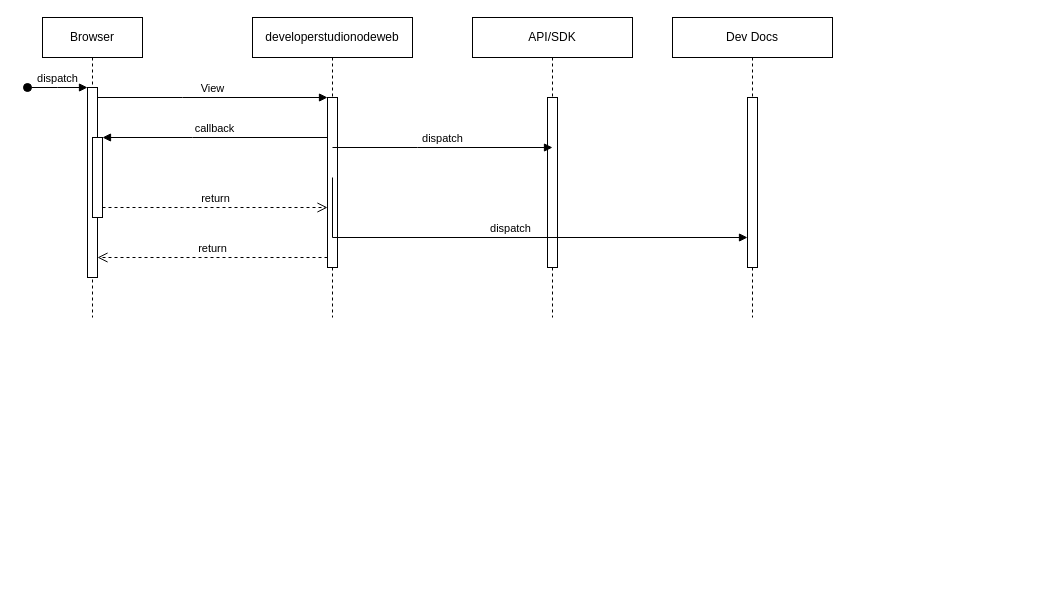
The draw.io diagram Untitled Diagram.drawio in mlgbjbnnb/doc-portal, before the edit. Source tidied: cells renumbered, new cells numbered last; positions are measured from the earlier drawing's top-left corner, leaving out a move shared by most shapes. Both pictures are drawn from the tidied source at 100%, with x=0, y=0 at pixel (27, 17).
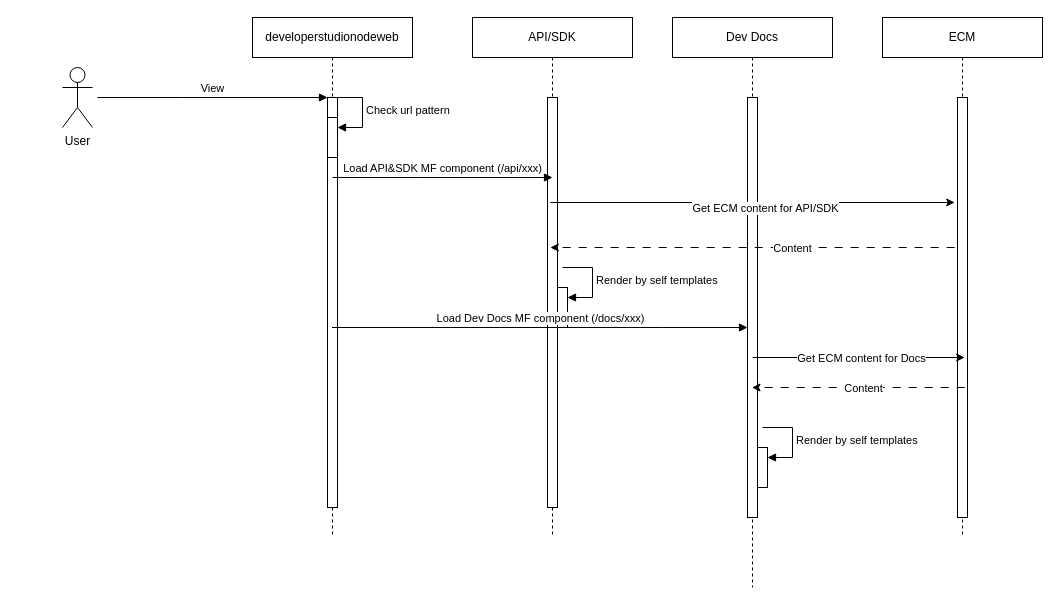
Above is the later version.

What changed in the source:
```diff
@@
-    <mxCell id="2" value="Browser" style="shape=umlLifeline;perimeter=lifelinePerimeter;whiteSpace=wrap;html=1;newEdgeStyle={&quot;edgeStyle&quot;:&quot;elbowEdgeStyle&quot;,&quot;elbow&quot;:&quot;vertical&quot;,&quot;curved&quot;:0,&quot;rounded&quot;:0};" parent="1" vertex="1">
-      <mxGeometry x="15" width="100" height="300" as="geometry" />
-    </mxCell>
-    <mxCell id="3" style="html=1;points=[];perimeter=orthogonalPerimeter;outlineConnect=0;targetShapes=umlLifeline;portConstraint=eastwest;newEdgeStyle={&quot;edgeStyle&quot;:&quot;elbowEdgeStyle&quot;,&quot;elbow&quot;:&quot;vertical&quot;,&quot;curved&quot;:0,&quot;rounded&quot;:0};" parent="2" vertex="1">
-      <mxGeometry x="45" y="70" width="10" height="190" as="geometry" />
-    </mxCell>
-    <mxCell id="4" value="dispatch" style="html=1;verticalAlign=bottom;startArrow=oval;endArrow=block;startSize=8;edgeStyle=elbowEdgeStyle;elbow=vertical;curved=0;rounded=0;" parent="2" edge="1" target="3">
-      <mxGeometry relative="1" as="geometry">
-        <mxPoint x="-15" y="70" as="sourcePoint" />
-      </mxGeometry>
-    </mxCell>
-    <mxCell id="5" style="html=1;points=[];perimeter=orthogonalPerimeter;outlineConnect=0;targetShapes=umlLifeline;portConstraint=eastwest;newEdgeStyle={&quot;edgeStyle&quot;:&quot;elbowEdgeStyle&quot;,&quot;elbow&quot;:&quot;vertical&quot;,&quot;curved&quot;:0,&quot;rounded&quot;:0};" parent="2" vertex="1">
-      <mxGeometry x="50" y="120" width="10" height="80" as="geometry" />
-    </mxCell>
     <mxCell id="6" value="developerstudionodeweb" style="shape=umlLifeline;perimeter=lifelinePerimeter;whiteSpace=wrap;html=1;newEdgeStyle={&quot;edgeStyle&quot;:&quot;elbowEdgeStyle&quot;,&quot;elbow&quot;:&quot;vertical&quot;,&quot;curved&quot;:0,&quot;rounded&quot;:0};" parent="1" vertex="1">
-      <mxGeometry x="225" width="160" height="300" as="geometry" />
+      <mxGeometry x="225" width="160" height="520" as="geometry" />
     </mxCell>
     <mxCell id="7" style="html=1;points=[];perimeter=orthogonalPerimeter;outlineConnect=0;targetShapes=umlLifeline;portConstraint=eastwest;newEdgeStyle={&quot;edgeStyle&quot;:&quot;elbowEdgeStyle&quot;,&quot;elbow&quot;:&quot;vertical&quot;,&quot;curved&quot;:0,&quot;rounded&quot;:0};" parent="6" vertex="1">
-      <mxGeometry x="75" y="80" width="10" height="170" as="geometry" />
+      <mxGeometry x="75" y="80" width="10" height="410" as="geometry" />
     </mxCell>
+    <mxCell id="18" style="html=1;points=[[0,0,0,0,5],[0,1,0,0,-5],[1,0,0,0,5],[1,1,0,0,-5]];perimeter=orthogonalPerimeter;outlineConnect=0;targetShapes=umlLifeline;portConstraint=eastwest;newEdgeStyle={&quot;curved&quot;:0,&quot;rounded&quot;:0};" parent="6" vertex="1">
+      <mxGeometry x="75" y="100" width="10" height="40" as="geometry" />
+    </mxCell>
+    <mxCell id="19" value="Check url pattern" style="html=1;align=left;spacingLeft=2;endArrow=block;rounded=0;edgeStyle=orthogonalEdgeStyle;curved=0;rounded=0;" parent="6" edge="1" target="18">
+      <mxGeometry relative="1" as="geometry">
+        <mxPoint x="80" y="80" as="sourcePoint" />
+        <Array as="points">
+          <mxPoint x="110" y="110" />
+        </Array>
+      </mxGeometry>
+    </mxCell>
-    <mxCell id="8" value="View" style="html=1;verticalAlign=bottom;endArrow=block;edgeStyle=elbowEdgeStyle;elbow=vertical;curved=0;rounded=0;" parent="1" edge="1" source="3" target="7">
+    <mxCell id="8" value="View" style="html=1;verticalAlign=bottom;endArrow=block;edgeStyle=elbowEdgeStyle;elbow=vertical;curved=0;rounded=0;" parent="1" edge="1" target="7">
       <mxGeometry relative="1" as="geometry">
+        <mxPoint x="70" y="80" as="sourcePoint" />
         <Array as="points">
           <mxPoint x="155" y="80" />
         </Array>
       </mxGeometry>
     </mxCell>
-    <mxCell id="9" value="return" style="html=1;verticalAlign=bottom;endArrow=open;dashed=1;endSize=8;edgeStyle=elbowEdgeStyle;elbow=vertical;curved=0;rounded=0;" parent="1" edge="1" source="7" target="3">
-      <mxGeometry relative="1" as="geometry">
-        <Array as="points">
-          <mxPoint x="165" y="240" />
-        </Array>
-      </mxGeometry>
-    </mxCell>
-    <mxCell id="10" value="callback" style="html=1;verticalAlign=bottom;endArrow=block;edgeStyle=elbowEdgeStyle;elbow=vertical;curved=0;rounded=0;" parent="1" edge="1" source="7" target="5">
-      <mxGeometry relative="1" as="geometry">
-        <Array as="points">
-          <mxPoint x="165" y="120" />
-        </Array>
-      </mxGeometry>
-    </mxCell>
-    <mxCell id="11" value="return" style="html=1;verticalAlign=bottom;endArrow=open;dashed=1;endSize=8;edgeStyle=elbowEdgeStyle;elbow=vertical;curved=0;rounded=0;" parent="1" edge="1" source="5" target="7">
-      <mxGeometry relative="1" as="geometry">
-        <Array as="points">
-          <mxPoint x="155" y="190" />
-        </Array>
-      </mxGeometry>
-    </mxCell>
     <mxCell id="12" value="API/SDK" style="shape=umlLifeline;perimeter=lifelinePerimeter;whiteSpace=wrap;html=1;newEdgeStyle={&quot;edgeStyle&quot;:&quot;elbowEdgeStyle&quot;,&quot;elbow&quot;:&quot;vertical&quot;,&quot;curved&quot;:0,&quot;rounded&quot;:0};" parent="1" vertex="1">
-      <mxGeometry x="445" width="160" height="300" as="geometry" />
+      <mxGeometry x="445" width="160" height="520" as="geometry" />
     </mxCell>
     <mxCell id="13" style="html=1;perimeter=orthogonalPerimeter;targetShapes=umlLifeline;newEdgeStyle={&quot;edgeStyle&quot;:&quot;elbowEdgeStyle&quot;,&quot;elbow&quot;:&quot;vertical&quot;,&quot;curved&quot;:0,&quot;rounded&quot;:0};" parent="12" vertex="1">
-      <mxGeometry x="75" y="80" width="10" height="170" as="geometry" />
+      <mxGeometry x="75" y="80" width="10" height="410" as="geometry" />
     </mxCell>
+    <mxCell id="20" style="html=1;points=[[0,0,0,0,5],[0,1,0,0,-5],[1,0,0,0,5],[1,1,0,0,-5]];perimeter=orthogonalPerimeter;outlineConnect=0;targetShapes=umlLifeline;portConstraint=eastwest;newEdgeStyle={&quot;curved&quot;:0,&quot;rounded&quot;:0};" parent="12" vertex="1">
+      <mxGeometry x="85" y="270" width="10" height="40" as="geometry" />
+    </mxCell>
+    <mxCell id="21" value="Render by self templates" style="html=1;align=left;spacingLeft=2;endArrow=block;rounded=0;edgeStyle=orthogonalEdgeStyle;curved=0;rounded=0;" parent="12" edge="1" target="20">
+      <mxGeometry relative="1" as="geometry">
+        <mxPoint x="90" y="250" as="sourcePoint" />
+        <Array as="points">
+          <mxPoint x="120" y="280" />
+        </Array>
+      </mxGeometry>
+    </mxCell>
     <mxCell id="14" value="Dev Docs" style="shape=umlLifeline;perimeter=lifelinePerimeter;whiteSpace=wrap;html=1;outlineConnect=0;portConstraint=eastwest;newEdgeStyle={&quot;edgeStyle&quot;:&quot;elbowEdgeStyle&quot;,&quot;elbow&quot;:&quot;vertical&quot;,&quot;curved&quot;:0,&quot;rounded&quot;:0};" parent="1" vertex="1">
-      <mxGeometry x="645" width="160" height="300" as="geometry" />
+      <mxGeometry x="645" width="160" height="570" as="geometry" />
     </mxCell>
     <mxCell id="15" style="html=1;points=[];perimeter=orthogonalPerimeter;outlineConnect=0;targetShapes=umlLifeline;portConstraint=eastwest;newEdgeStyle={&quot;edgeStyle&quot;:&quot;elbowEdgeStyle&quot;,&quot;elbow&quot;:&quot;vertical&quot;,&quot;curved&quot;:0,&quot;rounded&quot;:0};" parent="14" vertex="1">
-      <mxGeometry x="75" y="80" width="10" height="170" as="geometry" />
+      <mxGeometry x="75" y="80" width="10" height="420" as="geometry" />
     </mxCell>
+    <mxCell id="22" style="html=1;points=[[0,0,0,0,5],[0,1,0,0,-5],[1,0,0,0,5],[1,1,0,0,-5]];perimeter=orthogonalPerimeter;outlineConnect=0;targetShapes=umlLifeline;portConstraint=eastwest;newEdgeStyle={&quot;curved&quot;:0,&quot;rounded&quot;:0};" parent="14" vertex="1">
+      <mxGeometry x="85" y="430" width="10" height="40" as="geometry" />
+    </mxCell>
+    <mxCell id="23" value="Render by self templates" style="html=1;align=left;spacingLeft=2;endArrow=block;rounded=0;edgeStyle=orthogonalEdgeStyle;curved=0;rounded=0;" parent="14" edge="1" target="22">
+      <mxGeometry relative="1" as="geometry">
+        <mxPoint x="90" y="410" as="sourcePoint" />
+        <Array as="points">
+          <mxPoint x="120" y="440" />
+        </Array>
+      </mxGeometry>
+    </mxCell>
-    <mxCell id="16" value="dispatch" style="html=1;verticalAlign=bottom;endArrow=block;edgeStyle=elbowEdgeStyle;elbow=vertical;curved=0;rounded=0;" parent="1" edge="1">
+    <mxCell id="16" value="Load API&amp;amp;SDK MF component (/api/xxx)" style="html=1;verticalAlign=bottom;endArrow=block;edgeStyle=elbowEdgeStyle;elbow=horizontal;curved=0;rounded=0;" parent="1" edge="1">
       <mxGeometry relative="1" as="geometry">
-        <mxPoint x="305" y="130" as="sourcePoint" />
-        <mxPoint x="525" y="130" as="targetPoint" />
+        <mxPoint x="305" y="160" as="sourcePoint" />
+        <mxPoint x="525" y="160" as="targetPoint" />
         <Array as="points">
-          <mxPoint x="390" y="130" />
+          <mxPoint x="390" y="160" />
         </Array>
       </mxGeometry>
     </mxCell>
-    <mxCell id="17" value="dispatch" style="html=1;verticalAlign=bottom;endArrow=block;edgeStyle=elbowEdgeStyle;elbow=vertical;curved=0;rounded=0;" parent="1" edge="1" target="15">
+    <mxCell id="17" value="Load Dev Docs MF component (/docs/xxx)" style="html=1;verticalAlign=bottom;endArrow=block;edgeStyle=elbowEdgeStyle;elbow=vertical;curved=0;rounded=0;" parent="1" edge="1">
       <mxGeometry relative="1" as="geometry">
-        <mxPoint x="305" y="160" as="sourcePoint" />
+        <mxPoint x="304.5" y="310" as="sourcePoint" />
+        <mxPoint x="720" y="310" as="targetPoint" />
         <Array as="points">
-          <mxPoint x="635" y="220" />
-          <mxPoint x="390" y="160" />
+          <mxPoint x="635" y="310" />
+          <mxPoint x="390" y="250" />
         </Array>
       </mxGeometry>
     </mxCell>
+    <mxCell id="24" value="User" style="shape=umlActor;verticalLabelPosition=bottom;verticalAlign=top;html=1;" parent="1" vertex="1">
+      <mxGeometry x="35" y="50" width="30" height="60" as="geometry" />
+    </mxCell>
+    <mxCell id="25" value="ECM" style="shape=umlLifeline;perimeter=lifelinePerimeter;whiteSpace=wrap;html=1;newEdgeStyle={&quot;edgeStyle&quot;:&quot;elbowEdgeStyle&quot;,&quot;elbow&quot;:&quot;vertical&quot;,&quot;curved&quot;:0,&quot;rounded&quot;:0};" parent="1" vertex="1">
+      <mxGeometry x="855" width="160" height="520" as="geometry" />
+    </mxCell>
+    <mxCell id="26" style="html=1;perimeter=orthogonalPerimeter;targetShapes=umlLifeline;newEdgeStyle={&quot;edgeStyle&quot;:&quot;elbowEdgeStyle&quot;,&quot;elbow&quot;:&quot;vertical&quot;,&quot;curved&quot;:0,&quot;rounded&quot;:0};" parent="25" vertex="1">
+      <mxGeometry x="75" y="80" width="10" height="420" as="geometry" />
+    </mxCell>
+    <mxCell id="27" style="endArrow=classic;html=1;rounded=0;" parent="1" edge="1">
+      <mxGeometry relative="1" as="geometry">
+        <mxPoint x="522.8" y="185" as="sourcePoint" />
+        <mxPoint x="927.2" y="185" as="targetPoint" />
+      </mxGeometry>
+    </mxCell>
+    <mxCell id="28" value="Get ECM content for API/SDK" style="edgeLabel;html=1;align=center;verticalAlign=middle;" parent="27" vertex="1">
+      <mxGeometry x="0.45" y="-1" relative="1" as="geometry">
+        <mxPoint x="-78" y="4" as="offset" />
+      </mxGeometry>
+    </mxCell>
+    <mxCell id="29" style="endArrow=classic;html=1;rounded=0;dashed=1;dashPattern=8 8;" parent="1" edge="1">
+      <mxGeometry relative="1" as="geometry">
+        <mxPoint x="927.2" y="230" as="sourcePoint" />
+        <mxPoint x="522.8" y="230" as="targetPoint" />
+      </mxGeometry>
+    </mxCell>
+    <mxCell id="30" value="Content" style="edgeLabel;html=1;align=center;verticalAlign=middle;" parent="29" vertex="1">
+      <mxGeometry x="0.77" y="-2" relative="1" as="geometry">
+        <mxPoint x="195" y="2" as="offset" />
+      </mxGeometry>
+    </mxCell>
+    <mxCell id="31" style="endArrow=classic;html=1;rounded=0;" parent="1" edge="1">
+      <mxGeometry relative="1" as="geometry">
+        <mxPoint x="725" y="340" as="sourcePoint" />
+        <mxPoint x="937.2" y="340" as="targetPoint" />
+      </mxGeometry>
+    </mxCell>
+    <mxCell id="32" value="Get ECM content for Docs" style="edgeLabel;html=1;align=center;verticalAlign=middle;" parent="31" vertex="1">
+      <mxGeometry x="0.45" y="-1" relative="1" as="geometry">
+        <mxPoint x="-46" y="-1" as="offset" />
+      </mxGeometry>
+    </mxCell>
+    <mxCell id="33" style="endArrow=classic;html=1;rounded=0;dashed=1;dashPattern=8 8;" parent="1" edge="1" target="14">
+      <mxGeometry relative="1" as="geometry">
+        <mxPoint x="937.2" y="370" as="sourcePoint" />
+      </mxGeometry>
+    </mxCell>
+    <mxCell id="34" value="Content" style="edgeLabel;html=1;align=center;verticalAlign=middle;" parent="33" vertex="1">
+      <mxGeometry x="0.77" y="-2" relative="1" as="geometry">
+        <mxPoint x="86" y="2" as="offset" />
+      </mxGeometry>
+    </mxCell>
```
